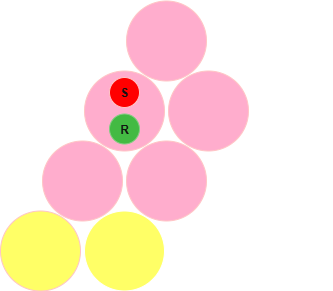
The draw.io diagram diagrams/bomb-reg-same.drawio.png in CalvinLac/wuhan-pong, before a commit. Source tidied: cells renumbered, new cells last; positions are measured from the earlier drawing's top-left corner, leaving out a move shared by most shapes.
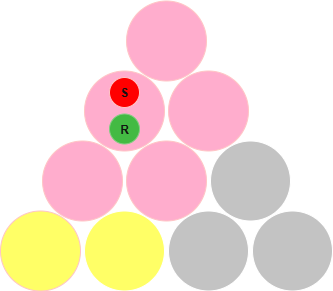
The same file after the commit.

Change to the diagram source:
```diff
@@ -8,10 +8,10 @@
     <mxCell id="3" style="ellipse;whiteSpace=wrap;html=1;fillColor=light-dark(#A20025,#FFFF66);" parent="1" vertex="1">
       <mxGeometry x="84" y="209.5" width="80" height="80" as="geometry" />
     </mxCell>
-    <mxCell id="4" style="ellipse;whiteSpace=wrap;html=1;fillColor=light-dark(#FFFFFF,#FFFFFF);" parent="1" vertex="1">
+    <mxCell id="4" style="ellipse;whiteSpace=wrap;html=1;fillColor=light-dark(#FFFFFF,#C3C3C3);" parent="1" vertex="1">
       <mxGeometry x="168" y="209.5" width="80" height="80" as="geometry" />
     </mxCell>
-    <mxCell id="5" style="ellipse;whiteSpace=wrap;html=1;fillColor=light-dark(#FFFFFF,#FFFFFF);" parent="1" vertex="1">
+    <mxCell id="5" style="ellipse;whiteSpace=wrap;html=1;fillColor=light-dark(#FFFFFF,#C3C3C3);" parent="1" vertex="1">
       <mxGeometry x="252" y="209.5" width="80" height="80" as="geometry" />
     </mxCell>
     <mxCell id="6" style="ellipse;whiteSpace=wrap;html=1;fillColor=#a20025;fontColor=#ffffff;strokeColor=#6F0000;" parent="1" vertex="1">
@@ -20,7 +20,7 @@
     <mxCell id="7" style="ellipse;whiteSpace=wrap;html=1;fillColor=#a20025;fontColor=#ffffff;strokeColor=#6F0000;" parent="1" vertex="1">
       <mxGeometry x="126" y="139.5" width="80" height="80" as="geometry" />
     </mxCell>
-    <mxCell id="8" style="ellipse;whiteSpace=wrap;html=1;fillColor=light-dark(#FFFFFF,#FFFFFF);" parent="1" vertex="1">
+    <mxCell id="8" style="ellipse;whiteSpace=wrap;html=1;fillColor=light-dark(#FFFFFF,#C3C3C3);" parent="1" vertex="1">
       <mxGeometry x="210" y="139.5" width="80" height="80" as="geometry" />
     </mxCell>
     <mxCell id="9" style="ellipse;whiteSpace=wrap;html=1;fillColor=#a20025;fontColor=#ffffff;strokeColor=#6F0000;" parent="1" vertex="1">
```
